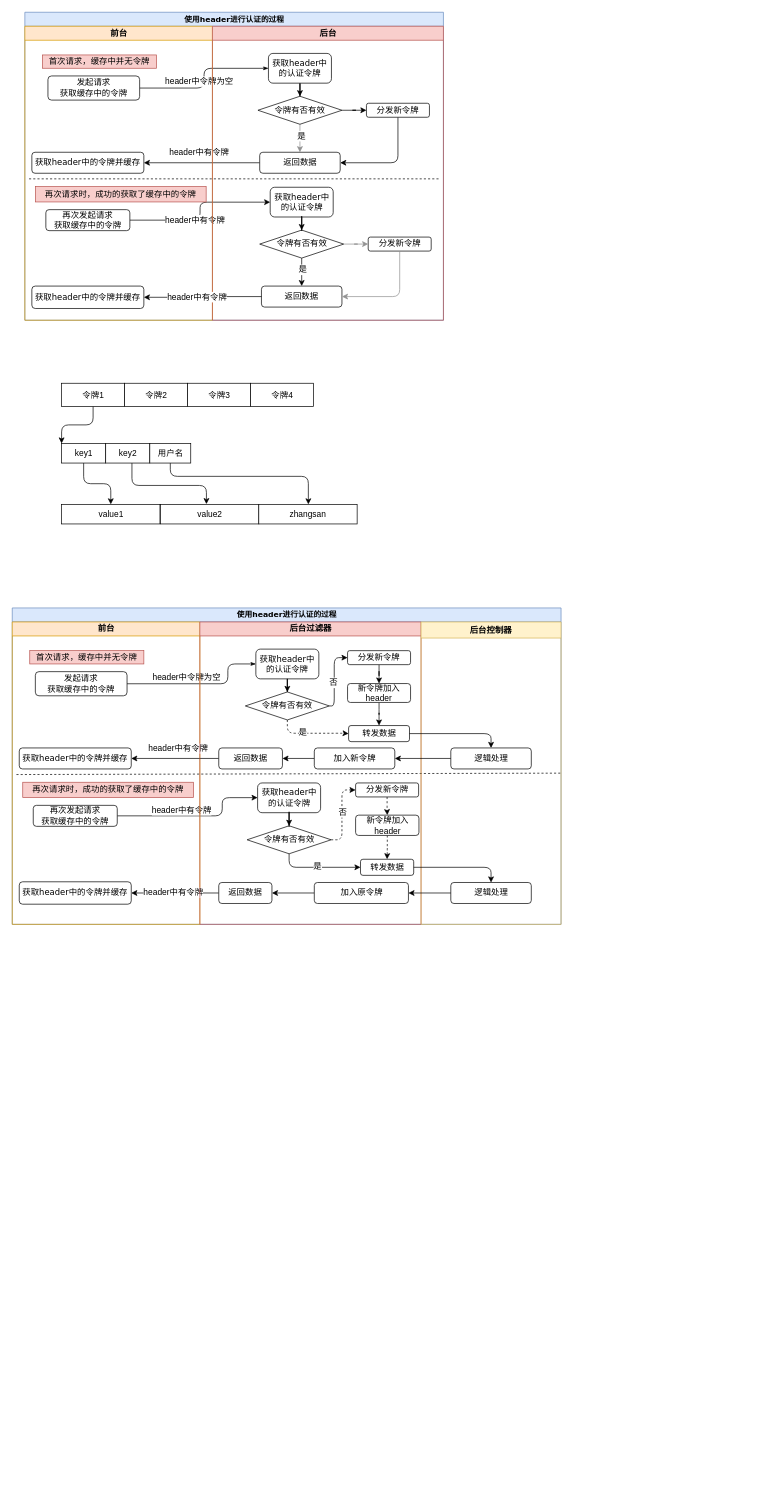
Above: doucment/5.0.drawio in mengyunzhi/spring-boot-and-angular-guild (draw.io), before the change. Source tidied: cells renumbered, new cells numbered last; positions are measured from the earlier drawing's top-left corner, leaving out a move shared by most shapes. Both pictures are drawn from the tidied source at 70%, with x=0, y=0 at pixel (12, 12).
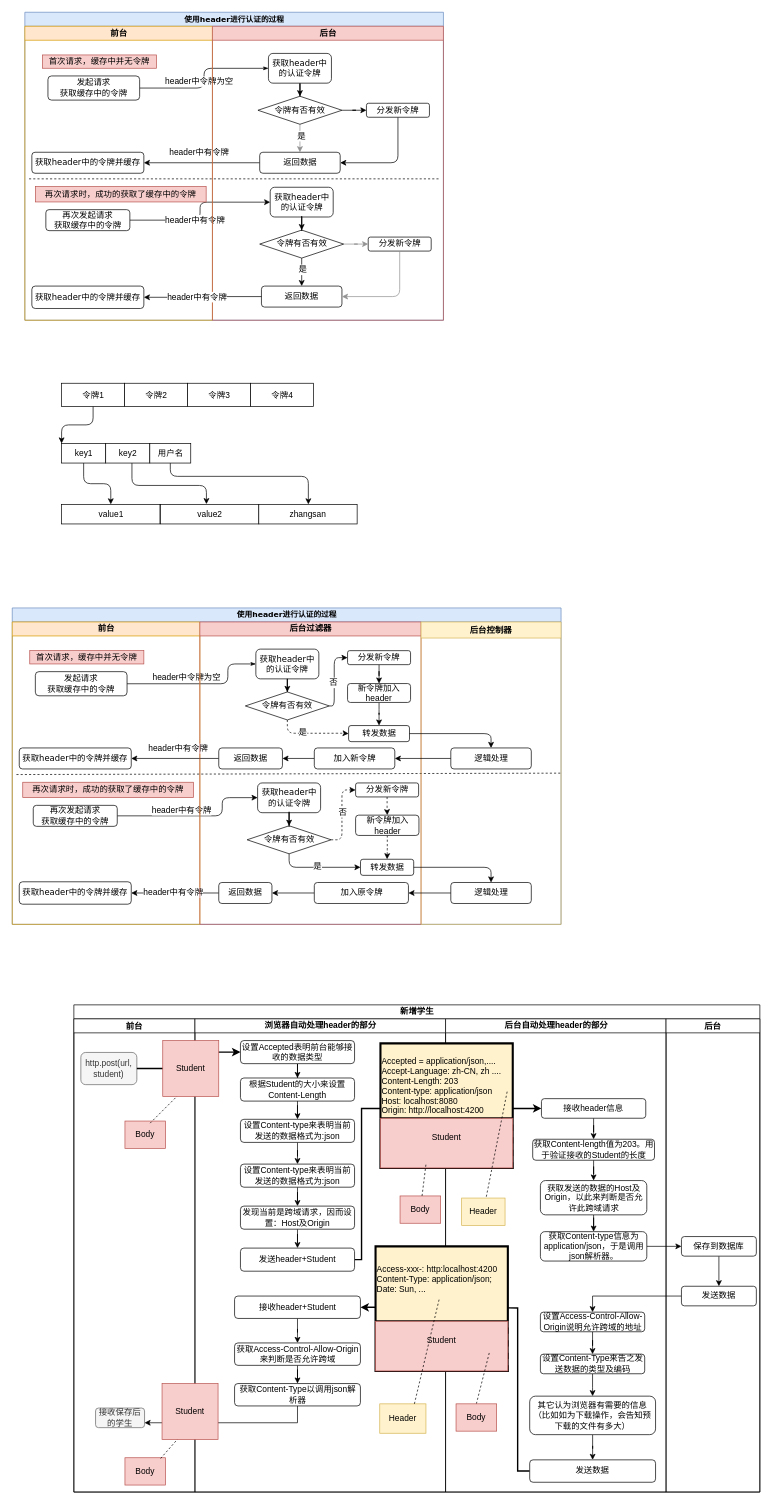
Above is the later version.

The edit, as a diff of the source:
```diff
@@
+    <mxCell id="107" value="新增学生" style="swimlane;html=1;startSize=20;" parent="1" vertex="1">
+      <mxGeometry x="88" y="1418" width="980" height="696" as="geometry" />
+    </mxCell>
+    <mxCell id="108" style="edgeStyle=orthogonalEdgeStyle;rounded=0;jettySize=auto;html=1;strokeWidth=2;entryX=1;entryY=0.5;entryDx=0;entryDy=0;" parent="107" edge="1" source="158" target="135">
+      <mxGeometry relative="1" as="geometry">
+        <Array as="points">
+          <mxPoint x="634" y="666" />
+          <mxPoint x="634" y="433" />
+        </Array>
+      </mxGeometry>
+    </mxCell>
+    <mxCell id="109" style="edgeStyle=orthogonalEdgeStyle;rounded=0;jettySize=auto;html=1;entryX=0;entryY=0.5;entryDx=0;entryDy=0;strokeWidth=2;" parent="107" edge="1" source="129" target="142">
+      <mxGeometry relative="1" as="geometry">
+        <Array as="points">
+          <mxPoint x="411" y="364" />
+          <mxPoint x="411" y="148" />
+        </Array>
+      </mxGeometry>
+    </mxCell>
+    <mxCell id="110" style="edgeStyle=orthogonalEdgeStyle;rounded=0;jettySize=auto;html=1;entryX=1;entryY=0.75;entryDx=0;entryDy=0;strokeWidth=1;" parent="107" edge="1" source="132" target="113">
+      <mxGeometry relative="1" as="geometry">
+        <Array as="points">
+          <mxPoint x="320" y="597" />
+        </Array>
+      </mxGeometry>
+    </mxCell>
+    <mxCell id="111" value="前台" style="swimlane;startSize=20;labelBackgroundColor=none;strokeColor=#000000;strokeWidth=1;gradientColor=none;align=center;" parent="107" vertex="1">
+      <mxGeometry y="20" width="173" height="676" as="geometry" />
+    </mxCell>
+    <mxCell id="112" value="http.post(url, student)" style="rounded=1;whiteSpace=wrap;html=1;fillColor=#f5f5f5;strokeColor=#666666;fontColor=#333333;" parent="111" vertex="1">
+      <mxGeometry x="10" y="48" width="80" height="46" as="geometry" />
+    </mxCell>
+    <mxCell id="113" value="接收保存后的学生" style="rounded=1;whiteSpace=wrap;html=1;fillColor=#f5f5f5;strokeColor=#666666;fontColor=#333333;" parent="111" vertex="1">
+      <mxGeometry x="31" y="556" width="70" height="28" as="geometry" />
+    </mxCell>
+    <mxCell id="114" value="Body" style="text;html=1;strokeColor=#b85450;fillColor=#f8cecc;align=center;verticalAlign=middle;whiteSpace=wrap;rounded=0;labelBackgroundColor=none;" parent="111" vertex="1">
+      <mxGeometry x="73" y="146" width="58" height="39" as="geometry" />
+    </mxCell>
+    <mxCell id="115" style="endArrow=none;dashed=1;html=1;strokeWidth=1;" parent="111" edge="1">
+      <mxGeometry relative="1" as="geometry">
+        <mxPoint x="109" y="149" as="sourcePoint" />
+        <mxPoint x="159" y="99" as="targetPoint" />
+      </mxGeometry>
+    </mxCell>
+    <mxCell id="116" value="Body" style="text;html=1;strokeColor=#b85450;fillColor=#f8cecc;align=center;verticalAlign=middle;whiteSpace=wrap;rounded=0;labelBackgroundColor=none;" parent="111" vertex="1">
+      <mxGeometry x="73" y="627" width="58" height="39" as="geometry" />
+    </mxCell>
+    <mxCell id="117" style="endArrow=none;dashed=1;html=1;strokeWidth=1;exitX=0.879;exitY=0.026;exitDx=0;exitDy=0;exitPerimeter=0;" parent="111" edge="1" source="116">
+      <mxGeometry relative="1" as="geometry">
+        <mxPoint x="159" y="588" as="targetPoint" />
+      </mxGeometry>
+    </mxCell>
+    <mxCell id="118" value="浏览器自动处理header的部分" style="swimlane;html=1;startSize=20;gradientColor=none;" parent="107" vertex="1">
+      <mxGeometry x="173" y="20" width="358" height="676" as="geometry" />
+    </mxCell>
+    <mxCell id="119" style="edgeStyle=orthogonalEdgeStyle;rounded=0;jettySize=auto;html=1;" parent="118" edge="1" source="120" target="122">
+      <mxGeometry relative="1" as="geometry" />
+    </mxCell>
+    <mxCell id="120" value="设置Accepted表明前台能够接收的数据类型" style="rounded=1;whiteSpace=wrap;html=1;" parent="118" vertex="1">
+      <mxGeometry x="65" y="31" width="163" height="33" as="geometry" />
+    </mxCell>
+    <mxCell id="121" style="edgeStyle=orthogonalEdgeStyle;rounded=0;jettySize=auto;html=1;" parent="118" edge="1" source="122" target="124">
+      <mxGeometry relative="1" as="geometry" />
+    </mxCell>
+    <mxCell id="122" value="根据Student的大小来设置Content-Length" style="rounded=1;whiteSpace=wrap;html=1;" parent="118" vertex="1">
+      <mxGeometry x="65" y="84.5" width="163" height="33" as="geometry" />
+    </mxCell>
+    <mxCell id="123" style="edgeStyle=orthogonalEdgeStyle;rounded=0;jettySize=auto;html=1;" parent="118" edge="1" source="124" target="126">
+      <mxGeometry relative="1" as="geometry" />
+    </mxCell>
+    <mxCell id="124" value="设置Content-type来表明当前发送的数据格式为:json" style="rounded=1;whiteSpace=wrap;html=1;" parent="118" vertex="1">
+      <mxGeometry x="65" y="143.5" width="163" height="33" as="geometry" />
+    </mxCell>
+    <mxCell id="125" style="edgeStyle=orthogonalEdgeStyle;rounded=0;jettySize=auto;html=1;" parent="118" edge="1" source="126" target="128">
+      <mxGeometry relative="1" as="geometry" />
+    </mxCell>
+    <mxCell id="126" value="设置Content-type来表明当前发送的数据格式为:json" style="rounded=1;whiteSpace=wrap;html=1;" parent="118" vertex="1">
+      <mxGeometry x="65" y="207.5" width="163" height="33" as="geometry" />
+    </mxCell>
+    <mxCell id="127" style="edgeStyle=orthogonalEdgeStyle;rounded=0;jettySize=auto;html=1;" parent="118" edge="1" source="128" target="129">
+      <mxGeometry relative="1" as="geometry" />
+    </mxCell>
+    <mxCell id="128" value="发现当前是跨域请求，因而设置：Host及Origin" style="rounded=1;whiteSpace=wrap;html=1;" parent="118" vertex="1">
+      <mxGeometry x="65" y="267.5" width="163" height="33" as="geometry" />
+    </mxCell>
+    <mxCell id="129" value="发送header+Student" style="rounded=1;whiteSpace=wrap;html=1;" parent="118" vertex="1">
+      <mxGeometry x="65" y="327.5" width="163" height="33" as="geometry" />
+    </mxCell>
+    <mxCell id="130" style="edgeStyle=orthogonalEdgeStyle;rounded=0;jettySize=auto;html=1;strokeWidth=1;" parent="118" edge="1" source="131" target="132">
+      <mxGeometry relative="1" as="geometry" />
+    </mxCell>
+    <mxCell id="131" value="获取Access-Control-Allow-Origin来判断是否允许跨域" style="rounded=1;whiteSpace=wrap;html=1;" parent="118" vertex="1">
+      <mxGeometry x="56.6" y="463" width="179.8" height="32" as="geometry" />
+    </mxCell>
+    <mxCell id="132" value="获取Content-Type以调用json解析器" style="rounded=1;whiteSpace=wrap;html=1;" parent="118" vertex="1">
+      <mxGeometry x="56.6" y="521" width="179.8" height="32" as="geometry" />
+    </mxCell>
+    <mxCell id="133" value="Student" style="whiteSpace=wrap;html=1;labelBackgroundColor=none;strokeColor=#b85450;strokeWidth=1;align=center;fillColor=#f8cecc;" parent="118" vertex="1">
+      <mxGeometry x="-47" y="521" width="80" height="80" as="geometry" />
+    </mxCell>
+    <mxCell id="134" style="edgeStyle=orthogonalEdgeStyle;rounded=0;jettySize=auto;html=1;strokeWidth=1;" parent="118" edge="1" source="135" target="131">
+      <mxGeometry relative="1" as="geometry" />
+    </mxCell>
+    <mxCell id="135" value="接收header+Student" style="rounded=1;whiteSpace=wrap;html=1;" parent="118" vertex="1">
+      <mxGeometry x="56.6" y="396" width="179.8" height="32" as="geometry" />
+    </mxCell>
+    <mxCell id="136" value="Body" style="text;html=1;strokeColor=#b85450;fillColor=#f8cecc;align=center;verticalAlign=middle;whiteSpace=wrap;rounded=0;labelBackgroundColor=none;" parent="118" vertex="1">
+      <mxGeometry x="293" y="253" width="58" height="39" as="geometry" />
+    </mxCell>
+    <mxCell id="137" value="Header" style="text;html=1;strokeColor=#d6b656;fillColor=#fff2cc;align=center;verticalAlign=middle;whiteSpace=wrap;rounded=0;labelBackgroundColor=none;" parent="118" vertex="1">
+      <mxGeometry x="264" y="550" width="66" height="42" as="geometry" />
+    </mxCell>
+    <mxCell id="138" style="edgeStyle=orthogonalEdgeStyle;rounded=0;jettySize=auto;html=1;" parent="107" edge="1" source="168" target="153">
+      <mxGeometry relative="1" as="geometry" />
+    </mxCell>
+    <mxCell id="139" style="edgeStyle=orthogonalEdgeStyle;rounded=0;jettySize=auto;html=1;entryX=0;entryY=0.5;entryDx=0;entryDy=0;" parent="107" edge="1" source="147" target="167">
+      <mxGeometry relative="1" as="geometry" />
+    </mxCell>
+    <mxCell id="140" value="后台自动处理header的部分" style="swimlane;html=1;startSize=20;" parent="107" vertex="1">
+      <mxGeometry x="531" y="20" width="315" height="676" as="geometry" />
+    </mxCell>
+    <mxCell id="141" style="edgeStyle=orthogonalEdgeStyle;rounded=0;jettySize=auto;html=1;" parent="140" edge="1" source="142" target="144">
+      <mxGeometry relative="1" as="geometry" />
+    </mxCell>
+    <mxCell id="142" value="接收header信息" style="rounded=1;whiteSpace=wrap;html=1;" parent="140" vertex="1">
+      <mxGeometry x="137" y="114" width="149" height="28" as="geometry" />
+    </mxCell>
+    <mxCell id="143" style="edgeStyle=orthogonalEdgeStyle;rounded=0;jettySize=auto;html=1;" parent="140" edge="1" source="144" target="146">
+      <mxGeometry relative="1" as="geometry" />
+    </mxCell>
+    <mxCell id="144" value="获取Content-length值为203。用于验证接收的Student的长度" style="rounded=1;whiteSpace=wrap;html=1;" parent="140" vertex="1">
+      <mxGeometry x="124.5" y="172" width="174" height="30" as="geometry" />
+    </mxCell>
+    <mxCell id="145" style="edgeStyle=orthogonalEdgeStyle;rounded=0;jettySize=auto;html=1;" parent="140" edge="1" source="146" target="147">
+      <mxGeometry relative="1" as="geometry" />
+    </mxCell>
+    <mxCell id="146" value="获取发送的数据的Host及 Origin，以此来判断是否允许此跨域请求" style="rounded=1;whiteSpace=wrap;html=1;" parent="140" vertex="1">
+      <mxGeometry x="135.5" y="231" width="152" height="49" as="geometry" />
+    </mxCell>
+    <mxCell id="147" value="获取Content-type信息为application/json，于是调用json解析器。" style="rounded=1;whiteSpace=wrap;html=1;" parent="140" vertex="1">
+      <mxGeometry x="135.5" y="304" width="152" height="42" as="geometry" />
+    </mxCell>
+    <mxCell id="148" value="&#10;&#10;Accepted = application/json,....&#10;Accept-Language: zh-CN, zh ....&#10;Content-Length: 203&#10;Content-type: application/json&#10;Host: localhost:8080&#10;Origin: http://localhost:4200&#10;" style="swimlane;fontStyle=0;horizontal=1;startSize=107;align=left;labelBackgroundColor=none;fillColor=#fff2cc;strokeColor=#000000;strokeWidth=3;separatorColor=#4D4D4D;" parent="140" vertex="1">
+      <mxGeometry x="-93" y="35" width="189" height="178" as="geometry" />
+    </mxCell>
+    <mxCell id="149" value="&#10;Student" style="text;strokeColor=#b85450;fillColor=#f8cecc;align=center;verticalAlign=top;spacingLeft=4;spacingRight=4;overflow=hidden;" parent="148" vertex="1">
+      <mxGeometry y="107" width="189" height="71" as="geometry" />
+    </mxCell>
+    <mxCell id="150" style="endArrow=none;dashed=1;html=1;strokeWidth=1;" parent="148" edge="1" source="136">
+      <mxGeometry relative="1" as="geometry">
+        <mxPoint x="65" y="173" as="targetPoint" />
+      </mxGeometry>
+    </mxCell>
+    <mxCell id="151" style="endArrow=none;dashed=1;html=1;strokeWidth=1;" parent="148" edge="1" target="163">
+      <mxGeometry relative="1" as="geometry">
+        <mxPoint x="181" y="69" as="sourcePoint" />
+      </mxGeometry>
+    </mxCell>
+    <mxCell id="152" style="edgeStyle=orthogonalEdgeStyle;rounded=0;jettySize=auto;html=1;" parent="140" edge="1" source="153" target="155">
+      <mxGeometry relative="1" as="geometry" />
+    </mxCell>
+    <mxCell id="153" value="设置Access-Control-Allow-Origin说明允许跨域的地址" style="rounded=1;whiteSpace=wrap;html=1;" parent="140" vertex="1">
+      <mxGeometry x="135.5" y="419" width="149" height="28" as="geometry" />
+    </mxCell>
+    <mxCell id="154" style="edgeStyle=orthogonalEdgeStyle;rounded=0;jettySize=auto;html=1;" parent="140" edge="1" source="155" target="157">
+      <mxGeometry relative="1" as="geometry" />
+    </mxCell>
+    <mxCell id="155" value="设置Content-Type来告之发送数据的类型及编码" style="rounded=1;whiteSpace=wrap;html=1;" parent="140" vertex="1">
+      <mxGeometry x="135.5" y="479" width="149" height="28" as="geometry" />
+    </mxCell>
+    <mxCell id="156" style="edgeStyle=orthogonalEdgeStyle;rounded=0;jettySize=auto;html=1;strokeWidth=1;" parent="140" edge="1" source="157" target="158">
+      <mxGeometry relative="1" as="geometry" />
+    </mxCell>
+    <mxCell id="157" value="其它认为浏览器有需要的信息（比如如为下载操作，会告知预下载的文件有多大）" style="rounded=1;whiteSpace=wrap;html=1;" parent="140" vertex="1">
+      <mxGeometry x="120.2" y="539" width="179.8" height="55" as="geometry" />
+    </mxCell>
+    <mxCell id="158" value="发送数据" style="rounded=1;whiteSpace=wrap;html=1;" parent="140" vertex="1">
+      <mxGeometry x="120.2" y="630" width="179.8" height="32" as="geometry" />
+    </mxCell>
+    <mxCell id="159" value="Access-xxx-: http:localhost:4200&#10;Content-Type: application/json;&#10;Date: Sun, ...&#10;" style="swimlane;fontStyle=0;horizontal=1;startSize=107;align=left;labelBackgroundColor=none;fillColor=#fff2cc;strokeColor=#000000;strokeWidth=3;separatorColor=#4D4D4D;" parent="140" vertex="1">
+      <mxGeometry x="-100" y="325" width="189" height="178" as="geometry" />
+    </mxCell>
+    <mxCell id="160" value="&#10;Student" style="text;strokeColor=#b85450;fillColor=#f8cecc;align=center;verticalAlign=top;spacingLeft=4;spacingRight=4;overflow=hidden;" parent="159" vertex="1">
+      <mxGeometry y="107" width="189" height="71" as="geometry" />
+    </mxCell>
+    <mxCell id="161" style="endArrow=none;dashed=1;html=1;strokeWidth=1;exitX=0.5;exitY=0;exitDx=0;exitDy=0;" parent="159" edge="1" source="164">
+      <mxGeometry relative="1" as="geometry">
+        <mxPoint x="163" y="150" as="targetPoint" />
+      </mxGeometry>
+    </mxCell>
+    <mxCell id="162" style="endArrow=none;dashed=1;html=1;strokeWidth=1;exitX=0.75;exitY=0;exitDx=0;exitDy=0;" parent="159" edge="1" source="137">
+      <mxGeometry relative="1" as="geometry">
+        <mxPoint x="91" y="75" as="targetPoint" />
+      </mxGeometry>
+    </mxCell>
+    <mxCell id="163" value="Header" style="text;html=1;strokeColor=#d6b656;fillColor=#fff2cc;align=center;verticalAlign=middle;whiteSpace=wrap;rounded=0;labelBackgroundColor=none;" parent="140" vertex="1">
+      <mxGeometry x="23" y="256" width="62" height="39" as="geometry" />
+    </mxCell>
+    <mxCell id="164" value="Body" style="text;html=1;strokeColor=#b85450;fillColor=#f8cecc;align=center;verticalAlign=middle;whiteSpace=wrap;rounded=0;labelBackgroundColor=none;" parent="140" vertex="1">
+      <mxGeometry x="15" y="550" width="58" height="39" as="geometry" />
+    </mxCell>
+    <mxCell id="165" value="后台" style="swimlane;startSize=20;labelBackgroundColor=none;strokeColor=#000000;strokeWidth=1;gradientColor=none;align=center;" parent="107" vertex="1">
+      <mxGeometry x="846" y="20" width="134" height="676" as="geometry" />
+    </mxCell>
+    <mxCell id="166" style="edgeStyle=orthogonalEdgeStyle;rounded=0;jettySize=auto;html=1;" parent="165" edge="1" source="167" target="168">
+      <mxGeometry relative="1" as="geometry" />
+    </mxCell>
+    <mxCell id="167" value="保存到数据库" style="rounded=1;whiteSpace=wrap;html=1;" parent="165" vertex="1">
+      <mxGeometry x="22" y="311" width="107" height="28" as="geometry" />
+    </mxCell>
+    <mxCell id="168" value="发送数据" style="rounded=1;whiteSpace=wrap;html=1;" parent="165" vertex="1">
+      <mxGeometry x="22" y="382" width="107" height="28" as="geometry" />
+    </mxCell>
+    <mxCell id="169" style="edgeStyle=orthogonalEdgeStyle;rounded=0;jettySize=auto;html=1;strokeWidth=2;" parent="107" edge="1" source="112" target="120">
+      <mxGeometry relative="1" as="geometry" />
+    </mxCell>
@@
+    <mxCell id="170" value="Student" style="whiteSpace=wrap;html=1;labelBackgroundColor=none;strokeColor=#b85450;strokeWidth=1;align=center;fillColor=#f8cecc;" parent="1" vertex="1">
+      <mxGeometry x="215" y="1469" width="80" height="80" as="geometry" />
+    </mxCell>
```
